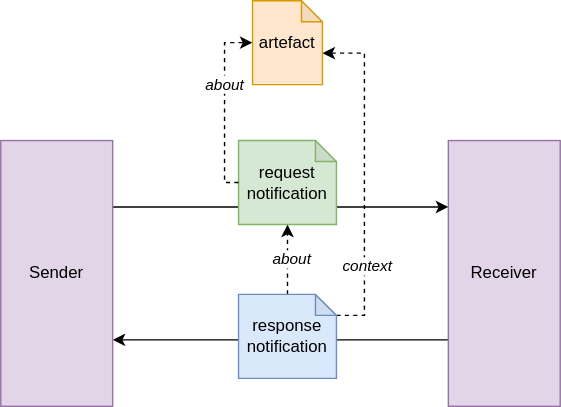
This is images/request-response.svg from MellonScholarlyCommunication/spec-notifications, a draw.io export, as it was before one commit. Source tidied: cells renumbered, new cells last; positions are measured from the earlier drawing's top-left corner, leaving out a move shared by most shapes.
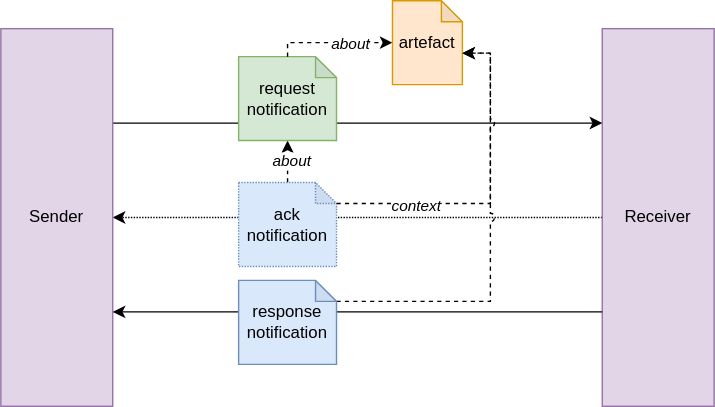
Later version of the same file.

Change to the diagram source:
```diff
@@ -2,17 +2,17 @@
   <root>
     <mxCell id="0" />
     <mxCell id="1" parent="0" />
-    <mxCell id="2" style="edgeStyle=orthogonalEdgeStyle;rounded=0;jettySize=auto;html=1;exitX=0;exitY=0.75;exitDx=0;exitDy=0;entryX=1;entryY=0.75;entryDx=0;entryDy=0;" parent="1" edge="1" source="3" target="5">
+    <mxCell id="2" style="edgeStyle=orthogonalEdgeStyle;rounded=0;jettySize=auto;html=1;exitX=0;exitY=0.5;exitDx=0;exitDy=0;entryX=1;entryY=0.5;entryDx=0;entryDy=0;dashed=1;dashPattern=1 1;" parent="1" edge="1" source="3" target="5">
       <mxGeometry relative="1" as="geometry" />
     </mxCell>
     <mxCell id="3" value="Receiver" style="rounded=0;whiteSpace=wrap;html=1;fillColor=#e1d5e7;strokeColor=#9673a6;" parent="1" vertex="1">
-      <mxGeometry x="320" y="100" width="80" height="190" as="geometry" />
+      <mxGeometry x="430" y="90" width="80" height="270" as="geometry" />
     </mxCell>
     <mxCell id="4" style="edgeStyle=orthogonalEdgeStyle;rounded=0;jettySize=auto;html=1;exitX=1;exitY=0.25;exitDx=0;exitDy=0;entryX=0;entryY=0.25;entryDx=0;entryDy=0;" parent="1" edge="1" source="5" target="3">
       <mxGeometry relative="1" as="geometry" />
     </mxCell>
     <mxCell id="5" value="Sender" style="rounded=0;whiteSpace=wrap;html=1;fillColor=#e1d5e7;strokeColor=#9673a6;" parent="1" vertex="1">
-      <mxGeometry y="100" width="80" height="190" as="geometry" />
+      <mxGeometry y="90" width="80" height="270" as="geometry" />
     </mxCell>
     <mxCell id="6" style="edgeStyle=orthogonalEdgeStyle;rounded=0;jettySize=auto;html=1;exitX=0.5;exitY=0;exitDx=0;exitDy=0;exitPerimeter=0;entryX=0.5;entryY=1;entryDx=0;entryDy=0;entryPerimeter=0;dashed=1;" parent="1" edge="1" source="11" target="8">
       <mxGeometry relative="1" as="geometry" />
@@ -21,22 +21,15 @@
       <mxGeometry x="0.05" y="-2" relative="1" as="geometry" />
     </mxCell>
     <mxCell id="8" value="request&lt;br&gt;notification" style="shape=note;whiteSpace=wrap;html=1;backgroundOutline=1;darkOpacity=0.05;size=15;labelPosition=center;verticalLabelPosition=middle;align=center;verticalAlign=middle;fillColor=#d5e8d4;strokeColor=#82b366;" parent="1" vertex="1">
-      <mxGeometry x="170" y="100" width="70" height="60" as="geometry" />
+      <mxGeometry x="170" y="110" width="70" height="60" as="geometry" />
     </mxCell>
-    <mxCell id="9" style="edgeStyle=orthogonalEdgeStyle;rounded=0;jettySize=auto;html=1;exitX=0;exitY=0;exitDx=70;exitDy=15;exitPerimeter=0;entryX=0;entryY=0;entryDx=50;entryDy=37.5;entryPerimeter=0;dashed=1;" parent="1" edge="1" source="11" target="14">
-      <mxGeometry relative="1" as="geometry" />
-    </mxCell>
-    <mxCell id="10" value="context" style="edgeLabel;html=1;align=center;verticalAlign=middle;fontStyle=2;" parent="9" vertex="1">
-      <mxGeometry x="-0.53" y="-1" relative="1" as="geometry" />
-    </mxCell>
-    <mxCell id="11" value="response&lt;br&gt;notification" style="shape=note;whiteSpace=wrap;html=1;backgroundOutline=1;darkOpacity=0.05;size=15;labelPosition=center;verticalLabelPosition=middle;align=center;verticalAlign=middle;fillColor=#dae8fc;strokeColor=#6c8ebf;" parent="1" vertex="1">
-      <mxGeometry x="170" y="210" width="70" height="60" as="geometry" />
+    <mxCell id="11" value="ack&lt;br&gt;notification" style="shape=note;whiteSpace=wrap;html=1;backgroundOutline=1;darkOpacity=0.05;size=15;labelPosition=center;verticalLabelPosition=middle;align=center;verticalAlign=middle;fillColor=#dae8fc;strokeColor=#6c8ebf;dashed=1;dashPattern=1 1;" parent="1" vertex="1">
+      <mxGeometry x="170" y="200" width="70" height="60" as="geometry" />
     </mxCell>
-    <mxCell id="12" style="edgeStyle=orthogonalEdgeStyle;rounded=0;jettySize=auto;html=1;entryX=0;entryY=0.5;entryDx=0;entryDy=0;entryPerimeter=0;dashed=1;" parent="1" edge="1" source="8" target="14">
+    <mxCell id="12" style="edgeStyle=orthogonalEdgeStyle;rounded=0;jettySize=auto;html=1;entryX=0;entryY=0.5;entryDx=0;entryDy=0;entryPerimeter=0;dashed=1;exitX=0.5;exitY=0;exitDx=0;exitDy=0;exitPerimeter=0;" parent="1" edge="1" source="8" target="14">
       <mxGeometry relative="1" as="geometry">
         <Array as="points">
-          <mxPoint x="160" y="130" />
-          <mxPoint x="160" y="30" />
+          <mxPoint x="205" y="100" />
         </Array>
       </mxGeometry>
     </mxCell>
@@ -46,7 +39,22 @@
       </mxGeometry>
     </mxCell>
     <mxCell id="14" value="artefact" style="shape=note;whiteSpace=wrap;html=1;backgroundOutline=1;darkOpacity=0.05;size=15;labelPosition=center;verticalLabelPosition=middle;align=center;verticalAlign=middle;fillColor=#ffe6cc;strokeColor=#d79b00;" parent="1" vertex="1">
-      <mxGeometry x="180" width="50" height="60" as="geometry" />
+      <mxGeometry x="280" y="70" width="50" height="60" as="geometry" />
     </mxCell>
+    <mxCell id="15" style="edgeStyle=orthogonalEdgeStyle;rounded=0;jettySize=auto;html=1;exitX=0;exitY=0.75;exitDx=0;exitDy=0;entryX=1;entryY=0.75;entryDx=0;entryDy=0;startArrow=none;" parent="1" edge="1" source="3" target="5">
+      <mxGeometry relative="1" as="geometry" />
+    </mxCell>
+    <mxCell id="16" style="edgeStyle=orthogonalEdgeStyle;rounded=0;jettySize=auto;html=1;exitX=0;exitY=0;exitDx=70;exitDy=15;exitPerimeter=0;entryX=0;entryY=0;entryDx=50;entryDy=37.5;entryPerimeter=0;dashed=1;jumpStyle=arc;" parent="1" edge="1" source="17" target="14">
+      <mxGeometry relative="1" as="geometry" />
+    </mxCell>
+    <mxCell id="9" style="edgeStyle=orthogonalEdgeStyle;rounded=0;jettySize=auto;html=1;exitX=0;exitY=0;exitDx=70;exitDy=15;exitPerimeter=0;entryX=0;entryY=0;entryDx=50;entryDy=37.5;entryPerimeter=0;dashed=1;" parent="1" edge="1" source="11" target="14">
+      <mxGeometry relative="1" as="geometry" />
+    </mxCell>
+    <mxCell id="10" value="context" style="edgeLabel;html=1;align=center;verticalAlign=middle;fontStyle=2;" parent="9" vertex="1">
+      <mxGeometry x="-0.53" y="-1" relative="1" as="geometry" />
+    </mxCell>
+    <mxCell id="17" value="response&lt;br&gt;notification" style="shape=note;whiteSpace=wrap;html=1;backgroundOutline=1;darkOpacity=0.05;size=15;labelPosition=center;verticalLabelPosition=middle;align=center;verticalAlign=middle;fillColor=#dae8fc;strokeColor=#6c8ebf;" parent="1" vertex="1">
+      <mxGeometry x="170" y="270" width="70" height="60" as="geometry" />
+    </mxCell>
   </root>
 </mxGraphModel>
```
